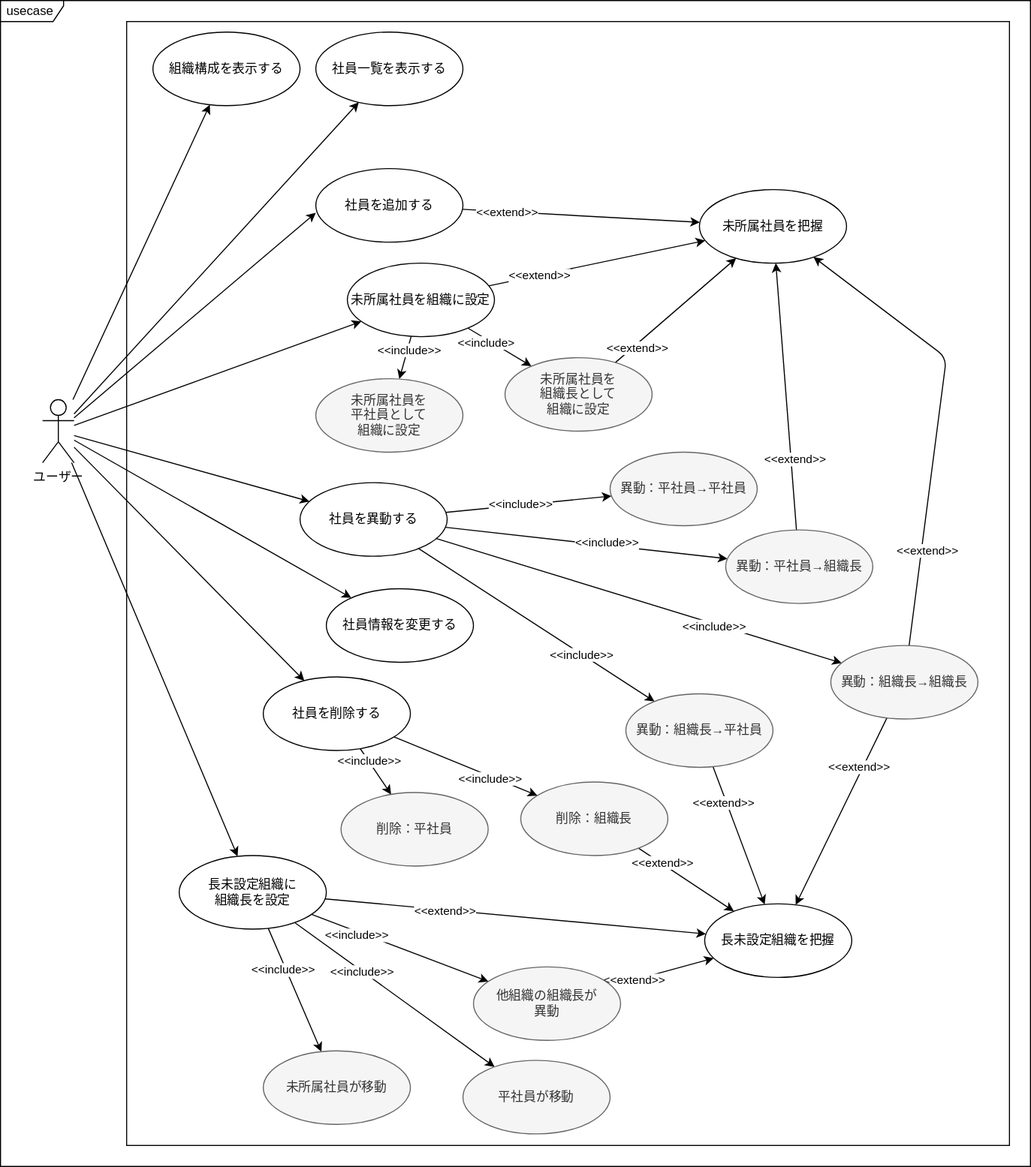
Earlier version of the draw.io export Designs/ユースケース/Usecases.svg (bosssanovar/LightMvvmSample). Source tidied: cells renumbered, new cells last; positions are measured from the earlier drawing's top-left corner, leaving out a move shared by most shapes.
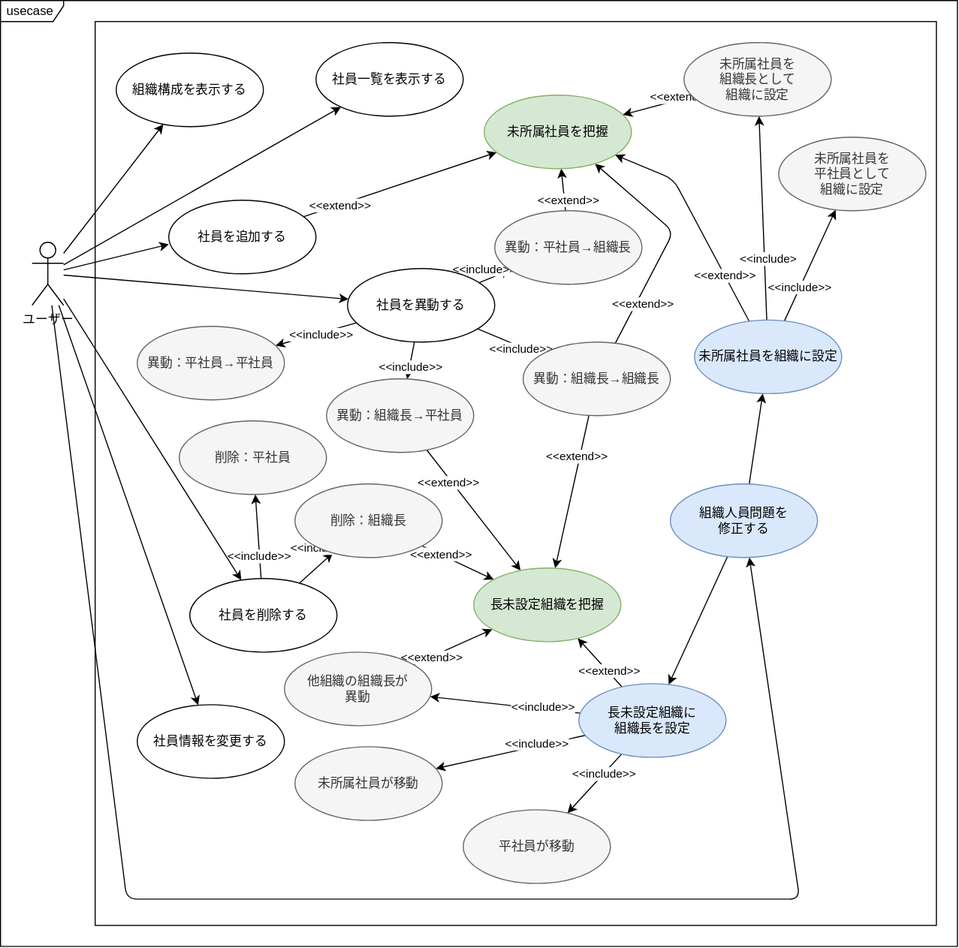
Above is the later version.

Change to the diagram source:
```diff
@@ -3,10 +3,10 @@
     <mxCell id="0" />
     <mxCell id="1" parent="0" />
     <mxCell id="2" value="usecase&amp;nbsp;" style="shape=umlFrame;whiteSpace=wrap;html=1;width=60;height=20;swimlaneFillColor=#FFFFFF;" parent="1" vertex="1">
-      <mxGeometry width="980" height="1110" as="geometry" />
+      <mxGeometry x="100" y="120" width="910" height="900" as="geometry" />
     </mxCell>
     <mxCell id="3" style="rounded=0;whiteSpace=wrap;html=1;" parent="1" vertex="1">
-      <mxGeometry x="120" y="20" width="840" height="1070" as="geometry" />
+      <mxGeometry x="190" y="140" width="800" height="860" as="geometry" />
     </mxCell>
     <mxCell id="4" style="edgeStyle=none;html=1;" parent="1" edge="1" source="6" target="49">
       <mxGeometry relative="1" as="geometry" />
@@ -17,7 +17,7 @@
       </mxGeometry>
     </mxCell>
     <mxCell id="6" value="社員を追加する" style="ellipse;whiteSpace=wrap;html=1;" parent="1" vertex="1">
-      <mxGeometry x="300" y="160" width="140" height="70" as="geometry" />
+      <mxGeometry x="260" y="310" width="140" height="70" as="geometry" />
     </mxCell>
     <mxCell id="7" style="edgeStyle=none;html=1;" parent="1" edge="1" source="15" target="32">
       <mxGeometry relative="1" as="geometry" />
@@ -46,7 +46,7 @@
       <mxGeometry x="0.38" relative="1" as="geometry" />
     </mxCell>
     <mxCell id="15" value="社員を異動する" style="ellipse;whiteSpace=wrap;html=1;" parent="1" vertex="1">
-      <mxGeometry x="285" y="459" width="140" height="70" as="geometry" />
+      <mxGeometry x="430" y="375" width="140" height="70" as="geometry" />
     </mxCell>
     <mxCell id="16" style="edgeStyle=none;html=1;" parent="1" edge="1" source="20" target="44">
       <mxGeometry relative="1" as="geometry" />
@@ -58,10 +58,12 @@
       <mxGeometry relative="1" as="geometry" />
     </mxCell>
     <mxCell id="19" value="&amp;lt;&amp;lt;include&amp;gt;&amp;gt;" style="edgeLabel;html=1;align=center;verticalAlign=middle;" parent="18" vertex="1">
-      <mxGeometry x="0.35" y="-2" relative="1" as="geometry" />
+      <mxGeometry x="0.35" y="-2" relative="1" as="geometry">
+        <mxPoint x="-1" y="-16" as="offset" />
+      </mxGeometry>
     </mxCell>
     <mxCell id="20" value="社員を削除する" style="ellipse;whiteSpace=wrap;html=1;" parent="1" vertex="1">
-      <mxGeometry x="250" y="644" width="140" height="70" as="geometry" />
+      <mxGeometry x="280" y="670" width="140" height="70" as="geometry" />
     </mxCell>
     <mxCell id="21" style="edgeStyle=none;html=1;" parent="1" edge="1" source="29" target="20">
       <mxGeometry relative="1" as="geometry" />
@@ -81,23 +83,25 @@
     <mxCell id="26" style="edgeStyle=none;html=1;" parent="1" edge="1" source="29" target="48">
       <mxGeometry relative="1" as="geometry" />
     </mxCell>
-    <mxCell id="27" style="edgeStyle=none;html=1;" parent="1" edge="1" source="29" target="57">
-      <mxGeometry relative="1" as="geometry" />
-    </mxCell>
-    <mxCell id="28" style="edgeStyle=none;html=1;" parent="1" edge="1" source="29" target="70">
-      <mxGeometry relative="1" as="geometry" />
-    </mxCell>
+    <mxCell id="76" style="edgeStyle=none;html=1;" parent="1" edge="1" source="29" target="79">
+      <mxGeometry relative="1" as="geometry">
+        <Array as="points">
+          <mxPoint x="220" y="975" />
+          <mxPoint x="860" y="975" />
+        </Array>
+      </mxGeometry>
+    </mxCell>
     <mxCell id="29" value="ユーザー" style="shape=umlActor;verticalLabelPosition=bottom;verticalAlign=top;html=1;" parent="1" vertex="1">
-      <mxGeometry x="40" y="380" width="30" height="60" as="geometry" />
+      <mxGeometry x="130" y="350" width="30" height="60" as="geometry" />
     </mxCell>
     <mxCell id="30" value="社員一覧を表示する" style="ellipse;whiteSpace=wrap;html=1;" parent="1" vertex="1">
-      <mxGeometry x="300" y="30" width="140" height="70" as="geometry" />
+      <mxGeometry x="400" y="160" width="140" height="70" as="geometry" />
     </mxCell>
     <mxCell id="31" value="組織構成を表示する" style="ellipse;whiteSpace=wrap;html=1;" parent="1" vertex="1">
-      <mxGeometry x="145" y="30" width="140" height="70" as="geometry" />
+      <mxGeometry x="210" y="170" width="140" height="70" as="geometry" />
     </mxCell>
     <mxCell id="32" value="異動：平社員→平社員" style="ellipse;whiteSpace=wrap;html=1;fillColor=#f5f5f5;fontColor=#333333;strokeColor=#666666;" parent="1" vertex="1">
-      <mxGeometry x="580" y="430" width="140" height="70" as="geometry" />
+      <mxGeometry x="230" y="430" width="140" height="70" as="geometry" />
     </mxCell>
     <mxCell id="33" style="edgeStyle=none;html=1;" parent="1" edge="1" source="35" target="49">
       <mxGeometry relative="1" as="geometry" />
@@ -106,7 +110,7 @@
       <mxGeometry x="-0.48" y="-3" relative="1" as="geometry" />
     </mxCell>
     <mxCell id="35" value="異動：平社員→組織長" style="ellipse;whiteSpace=wrap;html=1;fillColor=#f5f5f5;fontColor=#333333;strokeColor=#666666;" parent="1" vertex="1">
-      <mxGeometry x="690" y="504" width="140" height="70" as="geometry" />
+      <mxGeometry x="570" y="320" width="140" height="70" as="geometry" />
     </mxCell>
     <mxCell id="36" style="edgeStyle=none;html=1;" parent="1" edge="1" source="38" target="50">
       <mxGeometry relative="1" as="geometry" />
@@ -115,7 +119,7 @@
       <mxGeometry x="-0.49" y="-3" relative="1" as="geometry" />
     </mxCell>
     <mxCell id="38" value="異動：組織長→平社員" style="ellipse;whiteSpace=wrap;html=1;fillColor=#f5f5f5;fontColor=#333333;strokeColor=#666666;" parent="1" vertex="1">
-      <mxGeometry x="595" y="660" width="140" height="70" as="geometry" />
+      <mxGeometry x="410" y="480" width="140" height="70" as="geometry" />
     </mxCell>
     <mxCell id="39" style="edgeStyle=none;html=1;" parent="1" edge="1" source="43" target="50">
       <mxGeometry relative="1" as="geometry" />
@@ -126,7 +130,7 @@
     <mxCell id="41" style="edgeStyle=none;html=1;" parent="1" edge="1" source="43" target="49">
       <mxGeometry relative="1" as="geometry">
         <Array as="points">
-          <mxPoint x="900" y="340" />
+          <mxPoint x="740" y="340" />
         </Array>
       </mxGeometry>
     </mxCell>
@@ -134,10 +138,10 @@
       <mxGeometry x="-0.58" y="-5" relative="1" as="geometry" />
     </mxCell>
     <mxCell id="43" value="異動：組織長→組織長" style="ellipse;whiteSpace=wrap;html=1;fillColor=#f5f5f5;fontColor=#333333;strokeColor=#666666;" parent="1" vertex="1">
-      <mxGeometry x="790" y="614" width="140" height="70" as="geometry" />
+      <mxGeometry x="597" y="445" width="140" height="70" as="geometry" />
     </mxCell>
     <mxCell id="44" value="削除：平社員" style="ellipse;whiteSpace=wrap;html=1;fillColor=#f5f5f5;fontColor=#333333;strokeColor=#666666;" parent="1" vertex="1">
-      <mxGeometry x="324" y="754" width="140" height="70" as="geometry" />
+      <mxGeometry x="270" y="520" width="140" height="70" as="geometry" />
     </mxCell>
     <mxCell id="45" style="edgeStyle=none;html=1;" parent="1" edge="1" source="47" target="50">
       <mxGeometry relative="1" as="geometry" />
@@ -148,16 +152,16 @@
       </mxGeometry>
     </mxCell>
     <mxCell id="47" value="削除：組織長" style="ellipse;whiteSpace=wrap;html=1;fillColor=#f5f5f5;fontColor=#333333;strokeColor=#666666;" parent="1" vertex="1">
-      <mxGeometry x="495" y="744" width="140" height="70" as="geometry" />
+      <mxGeometry x="380" y="580" width="140" height="70" as="geometry" />
     </mxCell>
     <mxCell id="48" value="社員情報を変更する" style="ellipse;whiteSpace=wrap;html=1;" parent="1" vertex="1">
-      <mxGeometry x="310" y="560" width="140" height="70" as="geometry" />
+      <mxGeometry x="230" y="790" width="140" height="70" as="geometry" />
     </mxCell>
-    <mxCell id="49" value="未所属社員を把握" style="ellipse;whiteSpace=wrap;html=1;" parent="1" vertex="1">
-      <mxGeometry x="665" y="180" width="140" height="70" as="geometry" />
+    <mxCell id="49" value="未所属社員を把握" style="ellipse;whiteSpace=wrap;html=1;fillColor=#d5e8d4;strokeColor=#82b366;" parent="1" vertex="1">
+      <mxGeometry x="560" y="210" width="140" height="70" as="geometry" />
     </mxCell>
-    <mxCell id="50" value="長未設定組織を把握" style="ellipse;whiteSpace=wrap;html=1;" parent="1" vertex="1">
-      <mxGeometry x="670" y="860" width="140" height="70" as="geometry" />
+    <mxCell id="50" value="長未設定組織を把握" style="ellipse;whiteSpace=wrap;html=1;fillColor=#d5e8d4;strokeColor=#82b366;" parent="1" vertex="1">
+      <mxGeometry x="550" y="660" width="140" height="70" as="geometry" />
     </mxCell>
     <mxCell id="51" style="edgeStyle=none;html=1;" parent="1" edge="1" source="57" target="58">
       <mxGeometry relative="1" as="geometry" />
@@ -172,16 +176,20 @@
       <mxGeometry x="-0.4" y="-3" relative="1" as="geometry" />
     </mxCell>
     <mxCell id="55" style="edgeStyle=none;html=1;" parent="1" edge="1" source="57" target="49">
-      <mxGeometry relative="1" as="geometry" />
+      <mxGeometry relative="1" as="geometry">
+        <Array as="points">
+          <mxPoint x="740" y="290" />
+        </Array>
+      </mxGeometry>
     </mxCell>
     <mxCell id="56" value="&amp;lt;&amp;lt;extend&amp;gt;&amp;gt;" style="edgeLabel;html=1;align=center;verticalAlign=middle;" parent="55" vertex="1">
       <mxGeometry x="-0.53" relative="1" as="geometry" />
     </mxCell>
-    <mxCell id="57" value="未所属社員を組織に設定" style="ellipse;whiteSpace=wrap;html=1;" parent="1" vertex="1">
-      <mxGeometry x="330" y="250" width="140" height="70" as="geometry" />
+    <mxCell id="57" value="未所属社員を組織に設定" style="ellipse;whiteSpace=wrap;html=1;fillColor=#dae8fc;strokeColor=#6c8ebf;" parent="1" vertex="1">
+      <mxGeometry x="760" y="424" width="140" height="70" as="geometry" />
     </mxCell>
     <mxCell id="58" value="未所属社員を&lt;br&gt;平社員として&lt;br&gt;組織に設定" style="ellipse;whiteSpace=wrap;html=1;fillColor=#f5f5f5;fontColor=#333333;strokeColor=#666666;" parent="1" vertex="1">
-      <mxGeometry x="300" y="360" width="140" height="70" as="geometry" />
+      <mxGeometry x="840" y="250" width="140" height="70" as="geometry" />
     </mxCell>
     <mxCell id="59" style="edgeStyle=none;html=1;" parent="1" edge="1" source="61" target="49">
       <mxGeometry relative="1" as="geometry" />
@@ -190,7 +198,7 @@
       <mxGeometry x="-0.67" y="-3" relative="1" as="geometry" />
     </mxCell>
     <mxCell id="61" value="未所属社員を&lt;br&gt;組織長として&lt;br&gt;組織に設定" style="ellipse;whiteSpace=wrap;html=1;fillColor=#f5f5f5;fontColor=#333333;strokeColor=#666666;" parent="1" vertex="1">
-      <mxGeometry x="480" y="340" width="140" height="70" as="geometry" />
+      <mxGeometry x="750" y="160" width="140" height="70" as="geometry" />
     </mxCell>
     <mxCell id="62" style="edgeStyle=none;html=1;" parent="1" edge="1" source="70" target="50">
       <mxGeometry relative="1" as="geometry" />
@@ -216,8 +224,8 @@
     <mxCell id="69" value="&amp;lt;&amp;lt;include&amp;gt;&amp;gt;" style="edgeLabel;html=1;align=center;verticalAlign=middle;" parent="68" vertex="1">
       <mxGeometry x="-0.35" y="-3" relative="1" as="geometry" />
     </mxCell>
-    <mxCell id="70" value="長未設定組織に&lt;br&gt;組織長を設定" style="ellipse;whiteSpace=wrap;html=1;" parent="1" vertex="1">
-      <mxGeometry x="170" y="814" width="140" height="70" as="geometry" />
+    <mxCell id="70" value="長未設定組織に&lt;br&gt;組織長を設定" style="ellipse;whiteSpace=wrap;html=1;fillColor=#dae8fc;strokeColor=#6c8ebf;" parent="1" vertex="1">
+      <mxGeometry x="650" y="770" width="140" height="70" as="geometry" />
     </mxCell>
     <mxCell id="71" style="edgeStyle=none;html=1;" parent="1" edge="1" source="73" target="50">
       <mxGeometry relative="1" as="geometry" />
@@ -226,13 +234,22 @@
       <mxGeometry x="-0.55" relative="1" as="geometry" />
     </mxCell>
     <mxCell id="73" value="他組織の組織長が&lt;br&gt;異動" style="ellipse;whiteSpace=wrap;html=1;fillColor=#f5f5f5;fontColor=#333333;strokeColor=#666666;" parent="1" vertex="1">
-      <mxGeometry x="450" y="920" width="140" height="70" as="geometry" />
+      <mxGeometry x="370" y="740" width="140" height="70" as="geometry" />
     </mxCell>
     <mxCell id="74" value="平社員が移動" style="ellipse;whiteSpace=wrap;html=1;fillColor=#f5f5f5;fontColor=#333333;strokeColor=#666666;" parent="1" vertex="1">
-      <mxGeometry x="440" y="1009" width="140" height="70" as="geometry" />
+      <mxGeometry x="540" y="890" width="140" height="70" as="geometry" />
     </mxCell>
     <mxCell id="75" value="未所属社員が移動" style="ellipse;whiteSpace=wrap;html=1;fillColor=#f5f5f5;fontColor=#333333;strokeColor=#666666;" parent="1" vertex="1">
-      <mxGeometry x="250" y="1000" width="140" height="70" as="geometry" />
+      <mxGeometry x="380" y="830" width="140" height="70" as="geometry" />
     </mxCell>
+    <mxCell id="77" style="edgeStyle=none;html=1;" parent="1" edge="1" source="79" target="70">
+      <mxGeometry relative="1" as="geometry" />
+    </mxCell>
+    <mxCell id="78" style="edgeStyle=none;html=1;" parent="1" edge="1" source="79" target="57">
+      <mxGeometry relative="1" as="geometry" />
+    </mxCell>
+    <mxCell id="79" value="組織人員問題を&lt;br&gt;修正する" style="ellipse;whiteSpace=wrap;html=1;fillColor=#dae8fc;strokeColor=#6c8ebf;" parent="1" vertex="1">
+      <mxGeometry x="737" y="580" width="140" height="70" as="geometry" />
+    </mxCell>
   </root>
 </mxGraphModel>
```
